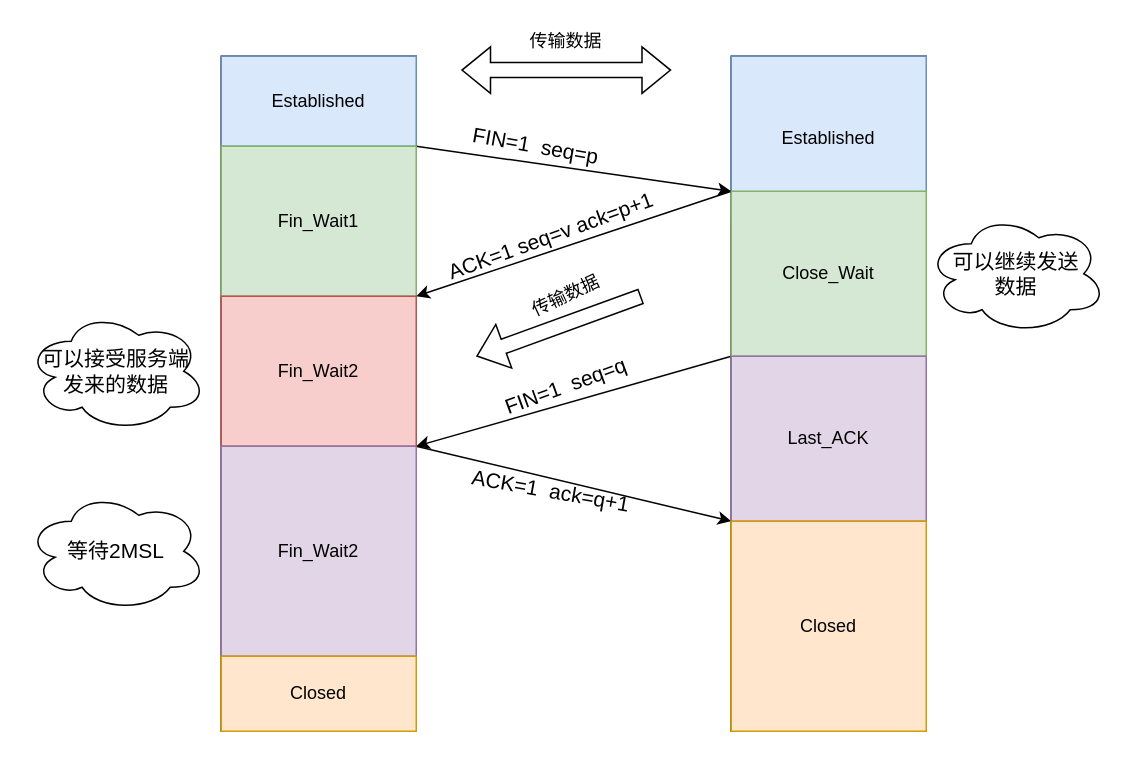
Earlier version of the draw.io diagram 四次挥手.drawio (hossking/little-white-). Source tidied: cells renumbered, new cells numbered last; positions are measured from the earlier drawing's top-left corner, leaving out a move shared by most shapes. Both pictures are drawn from the tidied source at 150%, with x=0, y=0 at pixel (26, 26).
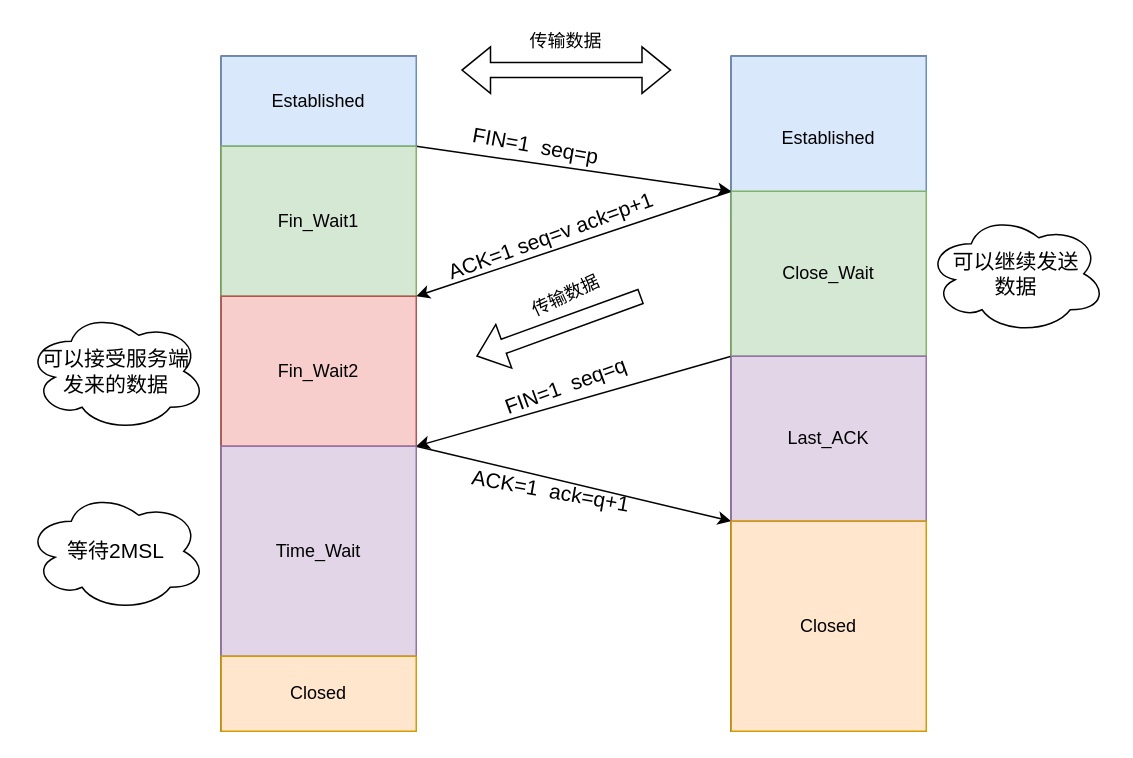
After the change.

Commit message:
更新四次挥手.drawio

Diff of the diagram source:
```diff
@@
-    <mxCell id="18" value="Fin_Wait2" style="rounded=0;whiteSpace=wrap;html=1;fillColor=#e1d5e7;strokeColor=#9673a6;" parent="1" vertex="1">
+    <mxCell id="18" value="Time_Wait" style="rounded=0;whiteSpace=wrap;html=1;fillColor=#e1d5e7;strokeColor=#9673a6;" parent="1" vertex="1">
       <mxGeometry x="130" y="280" width="130" height="140" as="geometry" />
     </mxCell>
```
